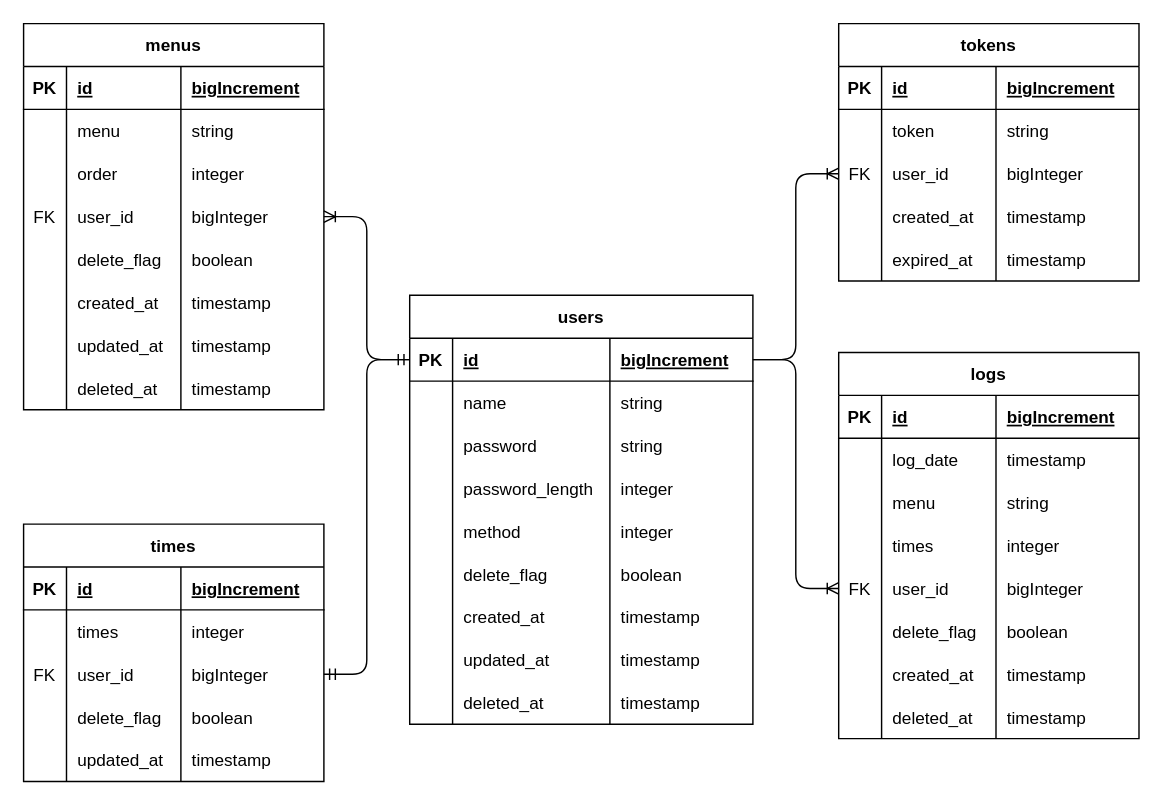
This is database.drawio from anti-paper/design, a draw.io file, before an edit. Source tidied: cells renumbered, new cells numbered last; positions are measured from the earlier drawing's top-left corner, leaving out a move shared by most shapes. Both pictures are drawn from the tidied source at 143%, with x=0, y=0 at pixel (23, 23).
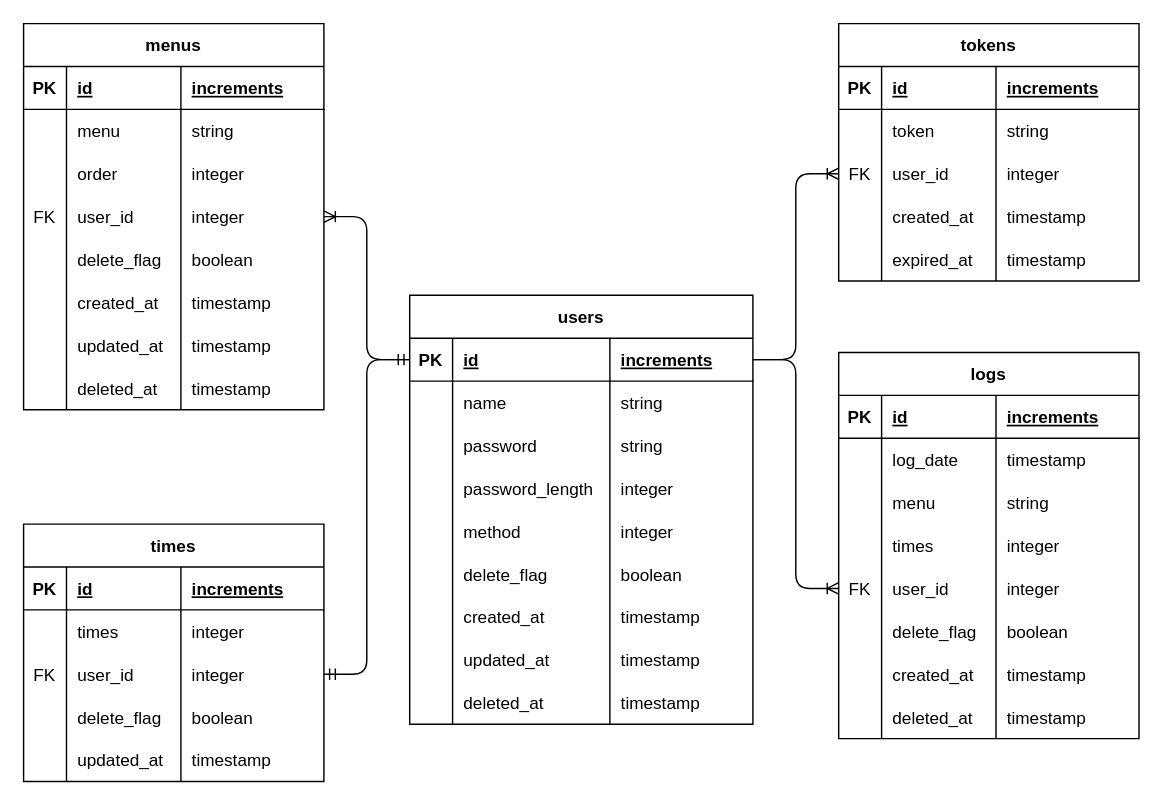
The same diagram, later.

Unchanged cells that the change refers to:
```xml
<mxCell id="3" style="shape=tableRow;horizontal=0;startSize=0;swimlaneHead=0;swimlaneBody=0;fillColor=none;points=[[0,0.5],[1,0.5]];portConstraint=eastwest;top=0;left=0;right=0;bottom=1;" parent="2" vertex="1">
  <mxGeometry y="30" width="240" height="30" as="geometry" />
</mxCell>
<mxCell id="40" style="shape=tableRow;horizontal=0;startSize=0;swimlaneHead=0;swimlaneBody=0;fillColor=none;top=0;left=0;right=0;bottom=1;" parent="39" vertex="1">
  <mxGeometry y="30" width="210" height="30" as="geometry" />
</mxCell>
<mxCell id="48" style="shape=tableRow;horizontal=0;startSize=0;swimlaneHead=0;swimlaneBody=0;fillColor=none;points=[[0,0.5],[1,0.5]];portConstraint=eastwest;top=0;left=0;right=0;bottom=0;" parent="39" vertex="1">
  <mxGeometry y="90" width="210" height="30" as="geometry" />
</mxCell>
<mxCell id="62" style="shape=tableRow;horizontal=0;startSize=0;swimlaneHead=0;swimlaneBody=0;fillColor=none;top=0;left=0;right=0;bottom=1;" parent="61" vertex="1">
  <mxGeometry y="30" width="210" height="30" as="geometry" />
</mxCell>
<mxCell id="78" style="shape=tableRow;horizontal=0;startSize=0;swimlaneHead=0;swimlaneBody=0;fillColor=none;points=[[0,0.5],[1,0.5]];portConstraint=eastwest;top=0;left=0;right=0;bottom=0;" parent="61" vertex="1">
  <mxGeometry y="150" width="210" height="30" as="geometry" />
</mxCell>
<mxCell id="96" style="shape=tableRow;horizontal=0;startSize=0;swimlaneHead=0;swimlaneBody=0;fillColor=none;top=0;left=0;right=0;bottom=1;" parent="95" vertex="1">
  <mxGeometry y="30" width="210" height="30" as="geometry" />
</mxCell>
<mxCell id="108" style="shape=tableRow;horizontal=0;startSize=0;swimlaneHead=0;swimlaneBody=0;fillColor=none;points=[[0,0.5],[1,0.5]];portConstraint=eastwest;top=0;left=0;right=0;bottom=0;" parent="95" vertex="1">
  <mxGeometry y="120" width="210" height="30" as="geometry" />
</mxCell>
<mxCell id="130" style="shape=tableRow;horizontal=0;startSize=0;swimlaneHead=0;swimlaneBody=0;fillColor=none;top=0;left=0;right=0;bottom=1;" parent="129" vertex="1">
  <mxGeometry y="30" width="210" height="30" as="geometry" />
</mxCell>
<mxCell id="138" style="shape=tableRow;horizontal=0;startSize=0;swimlaneHead=0;swimlaneBody=0;fillColor=none;points=[[0,0.5],[1,0.5]];portConstraint=eastwest;top=0;left=0;right=0;bottom=0;" parent="129" vertex="1">
  <mxGeometry y="90" width="210" height="30" as="geometry" />
</mxCell>
```

What changed in the source:
```diff
@@
-    <mxCell id="6" value="bigIncrement" style="shape=partialRectangle;fillColor=none;top=0;left=0;bottom=0;right=0;align=left;spacingLeft=6;fontStyle=5;overflow=hidden;" parent="3" vertex="1">
+    <mxCell id="6" value="increments" style="shape=partialRectangle;fillColor=none;top=0;left=0;bottom=0;right=0;align=left;spacingLeft=6;fontStyle=5;overflow=hidden;" parent="3" vertex="1">
       <mxGeometry x="140" width="100" height="30" as="geometry" />
     </mxCell>
@@
-    <mxCell id="43" value="bigIncrement" style="shape=partialRectangle;fillColor=none;top=0;left=0;bottom=0;right=0;align=left;spacingLeft=6;fontStyle=5;overflow=hidden;" parent="40" vertex="1">
+    <mxCell id="43" value="increments" style="shape=partialRectangle;fillColor=none;top=0;left=0;bottom=0;right=0;align=left;spacingLeft=6;fontStyle=5;overflow=hidden;" parent="40" vertex="1">
       <mxGeometry x="110" width="100" height="30" as="geometry" />
     </mxCell>
@@
-    <mxCell id="51" value="bigInteger" style="shape=partialRectangle;fillColor=none;top=0;left=0;bottom=0;right=0;align=left;spacingLeft=6;overflow=hidden;" parent="48" vertex="1">
+    <mxCell id="51" value="integer" style="shape=partialRectangle;fillColor=none;top=0;left=0;bottom=0;right=0;align=left;spacingLeft=6;overflow=hidden;" parent="48" vertex="1">
       <mxGeometry x="110" width="100" height="30" as="geometry" />
     </mxCell>
@@
-    <mxCell id="65" value="bigIncrement" style="shape=partialRectangle;fillColor=none;top=0;left=0;bottom=0;right=0;align=left;spacingLeft=6;fontStyle=5;overflow=hidden;" parent="62" vertex="1">
+    <mxCell id="65" value="increments" style="shape=partialRectangle;fillColor=none;top=0;left=0;bottom=0;right=0;align=left;spacingLeft=6;fontStyle=5;overflow=hidden;" parent="62" vertex="1">
       <mxGeometry x="110" width="100" height="30" as="geometry" />
     </mxCell>
@@
-    <mxCell id="81" value="bigInteger" style="shape=partialRectangle;fillColor=none;top=0;left=0;bottom=0;right=0;align=left;spacingLeft=6;overflow=hidden;" parent="78" vertex="1">
+    <mxCell id="81" value="integer" style="shape=partialRectangle;fillColor=none;top=0;left=0;bottom=0;right=0;align=left;spacingLeft=6;overflow=hidden;" parent="78" vertex="1">
       <mxGeometry x="110" width="100" height="30" as="geometry" />
     </mxCell>
@@
-    <mxCell id="99" value="bigIncrement" style="shape=partialRectangle;fillColor=none;top=0;left=0;bottom=0;right=0;align=left;spacingLeft=6;fontStyle=5;overflow=hidden;" parent="96" vertex="1">
+    <mxCell id="99" value="increments" style="shape=partialRectangle;fillColor=none;top=0;left=0;bottom=0;right=0;align=left;spacingLeft=6;fontStyle=5;overflow=hidden;" parent="96" vertex="1">
       <mxGeometry x="110" width="100" height="30" as="geometry" />
     </mxCell>
@@
-    <mxCell id="111" value="bigInteger" style="shape=partialRectangle;fillColor=none;top=0;left=0;bottom=0;right=0;align=left;spacingLeft=6;overflow=hidden;" parent="108" vertex="1">
+    <mxCell id="111" value="integer" style="shape=partialRectangle;fillColor=none;top=0;left=0;bottom=0;right=0;align=left;spacingLeft=6;overflow=hidden;" parent="108" vertex="1">
       <mxGeometry x="110" width="100" height="30" as="geometry" />
     </mxCell>
@@
-    <mxCell id="133" value="bigIncrement" style="shape=partialRectangle;fillColor=none;top=0;left=0;bottom=0;right=0;align=left;spacingLeft=6;fontStyle=5;overflow=hidden;" parent="130" vertex="1">
+    <mxCell id="133" value="increments" style="shape=partialRectangle;fillColor=none;top=0;left=0;bottom=0;right=0;align=left;spacingLeft=6;fontStyle=5;overflow=hidden;" parent="130" vertex="1">
       <mxGeometry x="110" width="100" height="30" as="geometry" />
     </mxCell>
@@
-    <mxCell id="141" value="bigInteger" style="shape=partialRectangle;fillColor=none;top=0;left=0;bottom=0;right=0;align=left;spacingLeft=6;overflow=hidden;" parent="138" vertex="1">
+    <mxCell id="141" value="integer" style="shape=partialRectangle;fillColor=none;top=0;left=0;bottom=0;right=0;align=left;spacingLeft=6;overflow=hidden;" parent="138" vertex="1">
       <mxGeometry x="110" width="100" height="30" as="geometry" />
     </mxCell>
```
